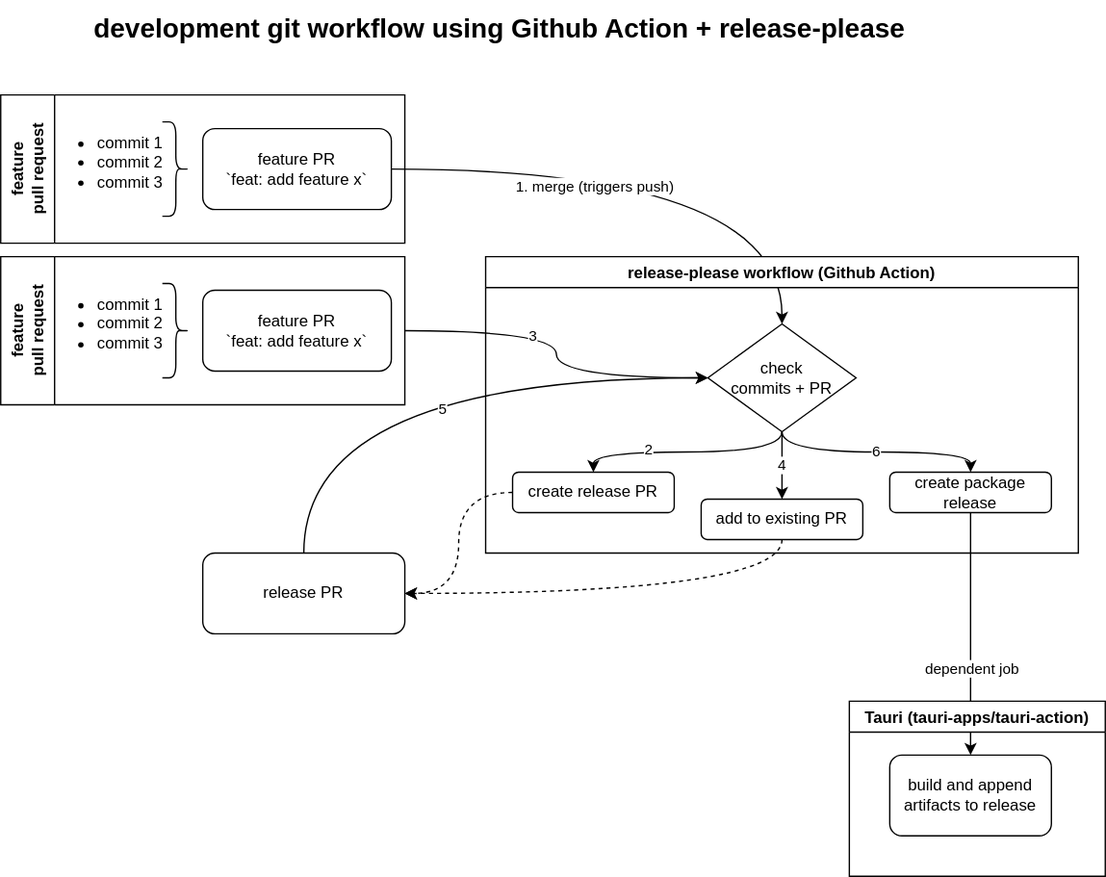
Before: docs/release-please-workflow.drawio.svg, a diagram exported from draw.io (szn-app/donation-web-platform). Source tidied: cells renumbered, new cells last; positions are measured from the earlier drawing's top-left corner, leaving out a move shared by most shapes.
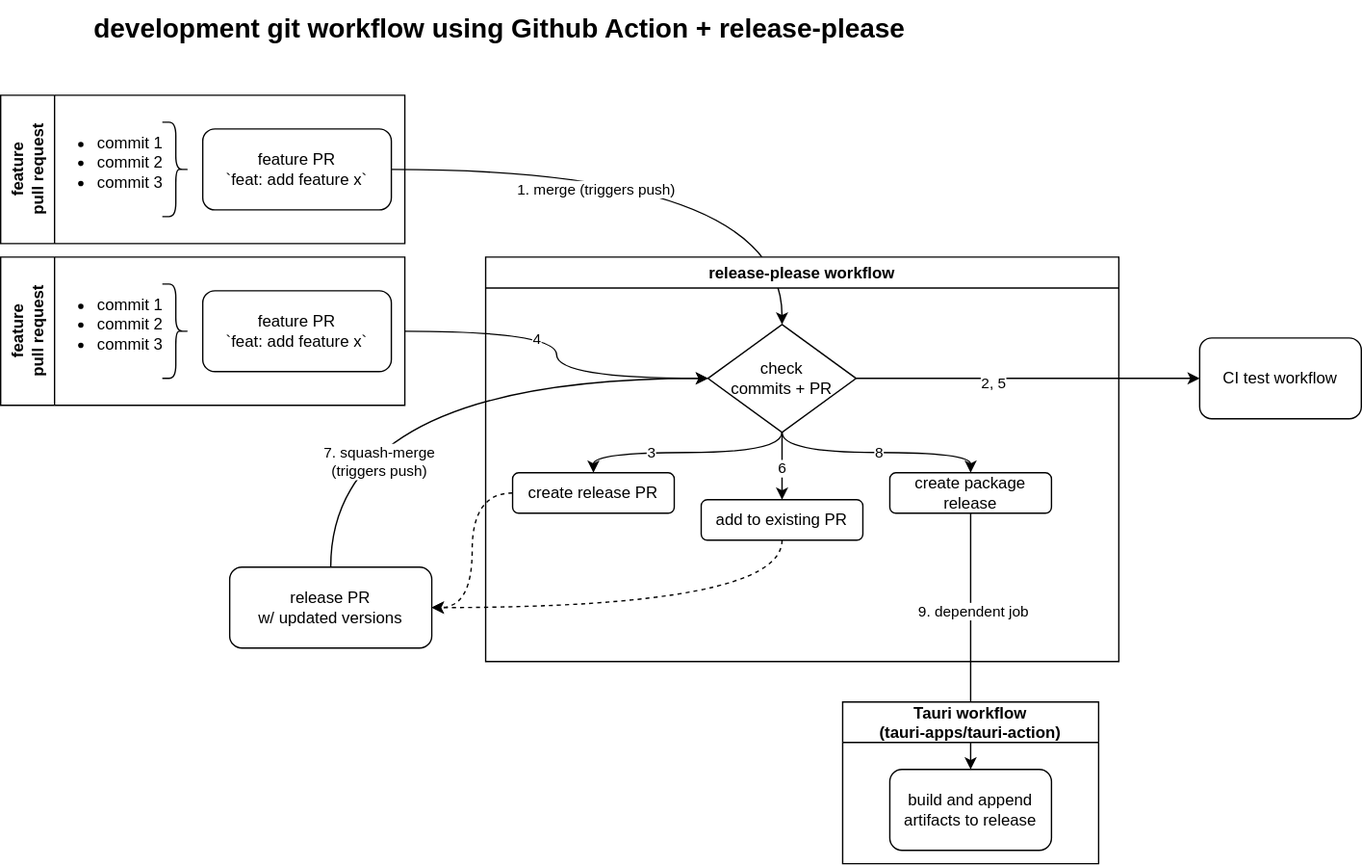
Above is the later version.

Commit message:
ci: avoid tests for release-please PRs

Diff of the diagram source:
```diff
@@ -20,8 +20,8 @@
     <mxCell id="7" value="1. merge (triggers push)" style="edgeLabel;html=1;align=center;verticalAlign=middle;" parent="6" vertex="1">
       <mxGeometry x="-0.25" y="-13" relative="1" as="geometry" />
     </mxCell>
-    <mxCell id="8" value="release-please workflow (Github Action)" style="swimlane;" parent="1" vertex="1">
-      <mxGeometry x="360" y="190" width="440" height="220" as="geometry" />
+    <mxCell id="8" value="release-please workflow" style="swimlane;" parent="1" vertex="1">
+      <mxGeometry x="360" y="190" width="470" height="300" as="geometry" />
     </mxCell>
     <mxCell id="9" value="check&lt;br&gt;commits + PR" style="rhombus;whiteSpace=wrap;html=1;" parent="8" vertex="1">
       <mxGeometry x="165" y="50" width="110" height="80" as="geometry" />
@@ -32,29 +32,31 @@
     <mxCell id="11" style="edgeStyle=orthogonalEdgeStyle;curved=1;html=1;exitX=0.5;exitY=1;exitDx=0;exitDy=0;" parent="8" edge="1" source="9" target="10">
       <mxGeometry relative="1" as="geometry" />
     </mxCell>
-    <mxCell id="12" value="2" style="edgeLabel;html=1;align=center;verticalAlign=middle;" parent="11" vertex="1">
+    <mxCell id="12" value="3" style="edgeLabel;html=1;align=center;verticalAlign=middle;" parent="11" vertex="1">
       <mxGeometry x="0.34" y="-2" relative="1" as="geometry" />
     </mxCell>
     <mxCell id="13" value="create package release" style="rounded=1;whiteSpace=wrap;html=1;" parent="8" vertex="1">
       <mxGeometry x="300" y="160" width="120" height="30" as="geometry" />
     </mxCell>
-    <mxCell id="14" value="6" style="edgeStyle=orthogonalEdgeStyle;curved=1;html=1;exitX=0.5;exitY=1;exitDx=0;exitDy=0;" parent="8" edge="1" source="9" target="13">
+    <mxCell id="14" value="8" style="edgeStyle=orthogonalEdgeStyle;curved=1;html=1;exitX=0.5;exitY=1;exitDx=0;exitDy=0;" parent="8" edge="1" source="9" target="13">
       <mxGeometry relative="1" as="geometry" />
     </mxCell>
     <mxCell id="15" value="add to existing PR" style="rounded=1;whiteSpace=wrap;html=1;" parent="8" vertex="1">
       <mxGeometry x="160" y="180" width="120" height="30" as="geometry" />
     </mxCell>
-    <mxCell id="16" value="4" style="edgeStyle=orthogonalEdgeStyle;curved=1;html=1;" parent="8" edge="1" source="9" target="15">
+    <mxCell id="16" value="6" style="edgeStyle=orthogonalEdgeStyle;curved=1;html=1;" parent="8" edge="1" source="9" target="15">
       <mxGeometry relative="1" as="geometry" />
     </mxCell>
     <mxCell id="17" style="edgeStyle=orthogonalEdgeStyle;curved=1;html=1;exitX=0.5;exitY=0;exitDx=0;exitDy=0;entryX=0;entryY=0.5;entryDx=0;entryDy=0;" parent="1" edge="1" source="19" target="9">
       <mxGeometry x="0.12" y="-60" relative="1" as="geometry" />
     </mxCell>
-    <mxCell id="18" value="5" style="edgeLabel;html=1;align=center;verticalAlign=middle;" parent="17" vertex="1">
-      <mxGeometry x="0.08" y="-23" relative="1" as="geometry" />
+    <mxCell id="18" value="7. squash-merge&lt;br&gt;(triggers push)" style="edgeLabel;html=1;align=center;verticalAlign=middle;" parent="17" vertex="1">
+      <mxGeometry x="0.08" y="-23" relative="1" as="geometry">
+        <mxPoint x="-52" y="37" as="offset" />
+      </mxGeometry>
     </mxCell>
-    <mxCell id="19" value="release PR" style="rounded=1;whiteSpace=wrap;html=1;" parent="1" vertex="1">
-      <mxGeometry x="150" y="410" width="150" height="60" as="geometry" />
+    <mxCell id="19" value="release PR &lt;br&gt;w/ updated versions" style="rounded=1;whiteSpace=wrap;html=1;" parent="1" vertex="1">
+      <mxGeometry x="170" y="420" width="150" height="60" as="geometry" />
     </mxCell>
     <mxCell id="20" style="edgeStyle=orthogonalEdgeStyle;curved=1;html=1;startArrow=none;dashed=1;entryX=1;entryY=0.5;entryDx=0;entryDy=0;" parent="1" edge="1" source="10" target="19">
       <mxGeometry relative="1" as="geometry" />
@@ -62,7 +64,7 @@
     <mxCell id="21" style="edgeStyle=orthogonalEdgeStyle;curved=1;html=1;exitX=1;exitY=0.5;exitDx=0;exitDy=0;" parent="1" edge="1" source="23" target="9">
       <mxGeometry relative="1" as="geometry" />
     </mxCell>
-    <mxCell id="22" value="3" style="edgeLabel;html=1;align=center;verticalAlign=middle;" parent="21" vertex="1">
+    <mxCell id="22" value="4" style="edgeLabel;html=1;align=center;verticalAlign=middle;" parent="21" vertex="1">
       <mxGeometry x="-0.27" y="-4" relative="1" as="geometry" />
     </mxCell>
     <mxCell id="23" value="feature &lt;br&gt;pull request" style="swimlane;horizontal=0;whiteSpace=wrap;html=1;startSize=40;" parent="1" vertex="1">
@@ -86,14 +88,25 @@
     <mxCell id="29" style="edgeStyle=none;html=1;entryX=0.5;entryY=0;entryDx=0;entryDy=0;" parent="1" edge="1" source="13" target="31">
       <mxGeometry relative="1" as="geometry" />
     </mxCell>
-    <mxCell id="30" value="dependent job" style="edgeLabel;html=1;align=center;verticalAlign=middle;" parent="29" vertex="1">
-      <mxGeometry x="0.29" y="1" relative="1" as="geometry" />
+    <mxCell id="30" value="9. dependent job" style="edgeLabel;html=1;align=center;verticalAlign=middle;" parent="29" vertex="1">
+      <mxGeometry x="0.29" y="1" relative="1" as="geometry">
+        <mxPoint x="-1" y="-52" as="offset" />
+      </mxGeometry>
     </mxCell>
     <mxCell id="31" value="build and append artifacts to release" style="rounded=1;whiteSpace=wrap;html=1;" parent="1" vertex="1">
-      <mxGeometry x="660" y="560" width="120" height="60" as="geometry" />
+      <mxGeometry x="660" y="570" width="120" height="60" as="geometry" />
     </mxCell>
-    <mxCell id="32" value="Tauri (tauri-apps/tauri-action)" style="swimlane;" parent="1" vertex="1">
-      <mxGeometry x="630" y="520" width="190" height="130" as="geometry" />
+    <mxCell id="32" value="Tauri workflow&#10;(tauri-apps/tauri-action)" style="swimlane;startSize=30;" parent="1" vertex="1">
+      <mxGeometry x="625" y="520" width="190" height="120" as="geometry" />
     </mxCell>
+    <mxCell id="33" value="CI test workflow" style="rounded=1;whiteSpace=wrap;html=1;" parent="1" vertex="1">
+      <mxGeometry x="890" y="250" width="120" height="60" as="geometry" />
+    </mxCell>
+    <mxCell id="34" style="edgeStyle=none;html=1;" parent="1" edge="1" source="9" target="33">
+      <mxGeometry relative="1" as="geometry" />
+    </mxCell>
+    <mxCell id="35" value="2, 5" style="edgeLabel;html=1;align=center;verticalAlign=middle;" parent="34" vertex="1">
+      <mxGeometry x="-0.23" y="-2" relative="1" as="geometry" />
+    </mxCell>
   </root>
 </mxGraphModel>
```
